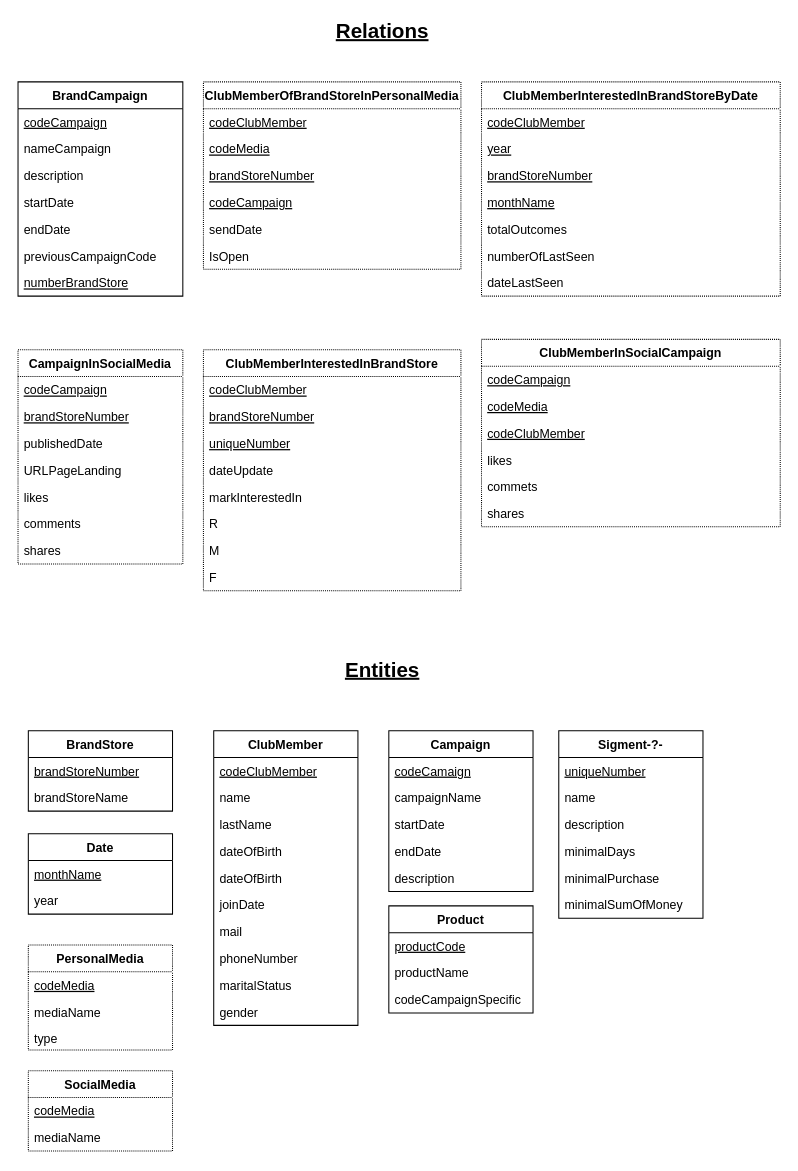
Above: תרגיל בית 1 עד ה18.11/Tables_HW1.drawio in Kfir-G/DataBases-ERD_diagrams (draw.io), before the change. Source tidied: cells renumbered, new cells numbered last; positions are measured from the earlier drawing's top-left corner, leaving out a move shared by most shapes. Both pictures are drawn from the tidied source at 103%, with x=0, y=0 at pixel (18, 20).
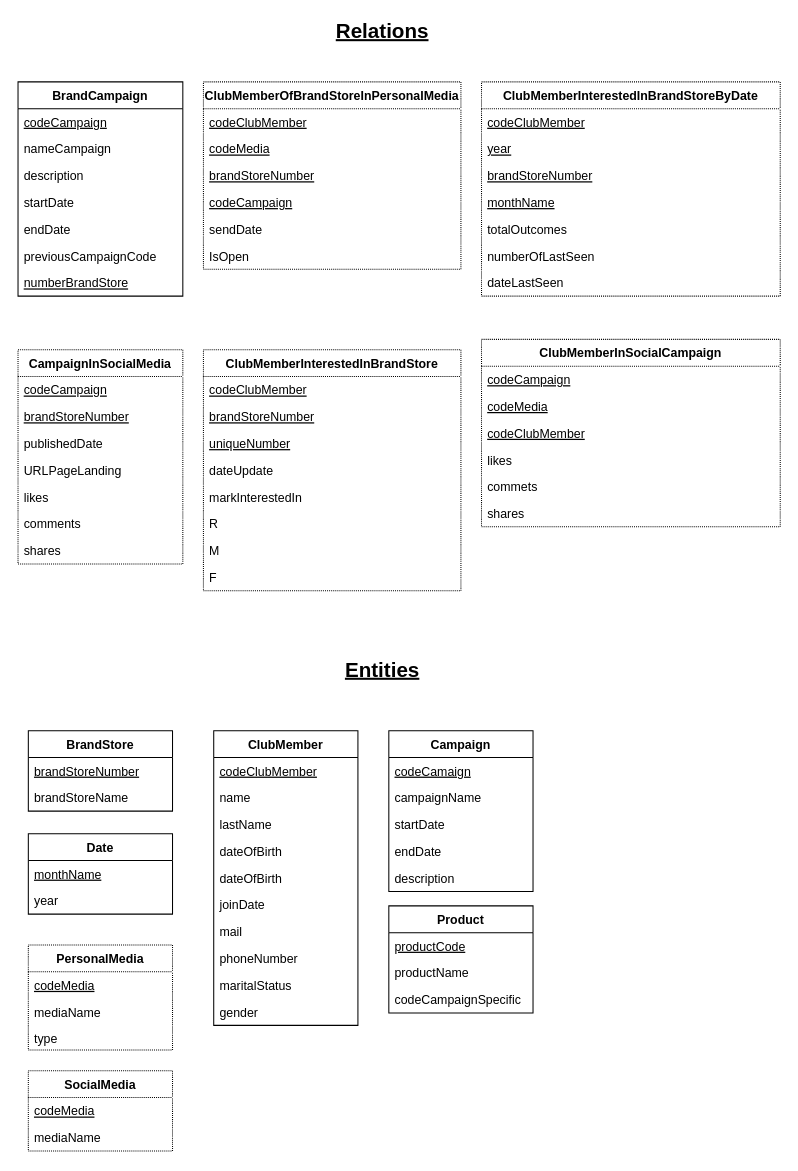
The same page after the edit.

What changed in the source:
```diff
@@
-    <mxCell id="68" value="Sigment-?-" style="swimlane;fontStyle=1;horizontal=1;startSize=26;fillColor=none;" parent="1" vertex="1">
-      <mxGeometry x="525" y="690" width="140" height="182" as="geometry" />
-    </mxCell>
-    <mxCell id="69" value="uniqueNumber" style="text;strokeColor=none;fillColor=none;align=left;verticalAlign=top;spacingLeft=4;spacingRight=4;overflow=hidden;fontStyle=4;" parent="68" vertex="1">
-      <mxGeometry y="26" width="140" height="26" as="geometry" />
-    </mxCell>
-    <mxCell id="70" value="name" style="text;strokeColor=none;fillColor=none;align=left;verticalAlign=top;spacingLeft=4;spacingRight=4;overflow=hidden;" parent="68" vertex="1">
-      <mxGeometry y="52" width="140" height="26" as="geometry" />
-    </mxCell>
-    <mxCell id="71" value="description" style="text;strokeColor=none;fillColor=none;align=left;verticalAlign=top;spacingLeft=4;spacingRight=4;overflow=hidden;" parent="68" vertex="1">
-      <mxGeometry y="78" width="140" height="26" as="geometry" />
-    </mxCell>
-    <mxCell id="72" value="minimalDays" style="text;strokeColor=none;fillColor=none;align=left;verticalAlign=top;spacingLeft=4;spacingRight=4;overflow=hidden;" parent="68" vertex="1">
-      <mxGeometry y="104" width="140" height="26" as="geometry" />
-    </mxCell>
-    <mxCell id="73" value="minimalPurchase" style="text;strokeColor=none;fillColor=none;align=left;verticalAlign=top;spacingLeft=4;spacingRight=4;overflow=hidden;" parent="68" vertex="1">
-      <mxGeometry y="130" width="140" height="26" as="geometry" />
-    </mxCell>
-    <mxCell id="74" value="minimalSumOfMoney" style="text;strokeColor=none;fillColor=none;align=left;verticalAlign=top;spacingLeft=4;spacingRight=4;overflow=hidden;" parent="68" vertex="1">
-      <mxGeometry y="156" width="140" height="26" as="geometry" />
-    </mxCell>
```
